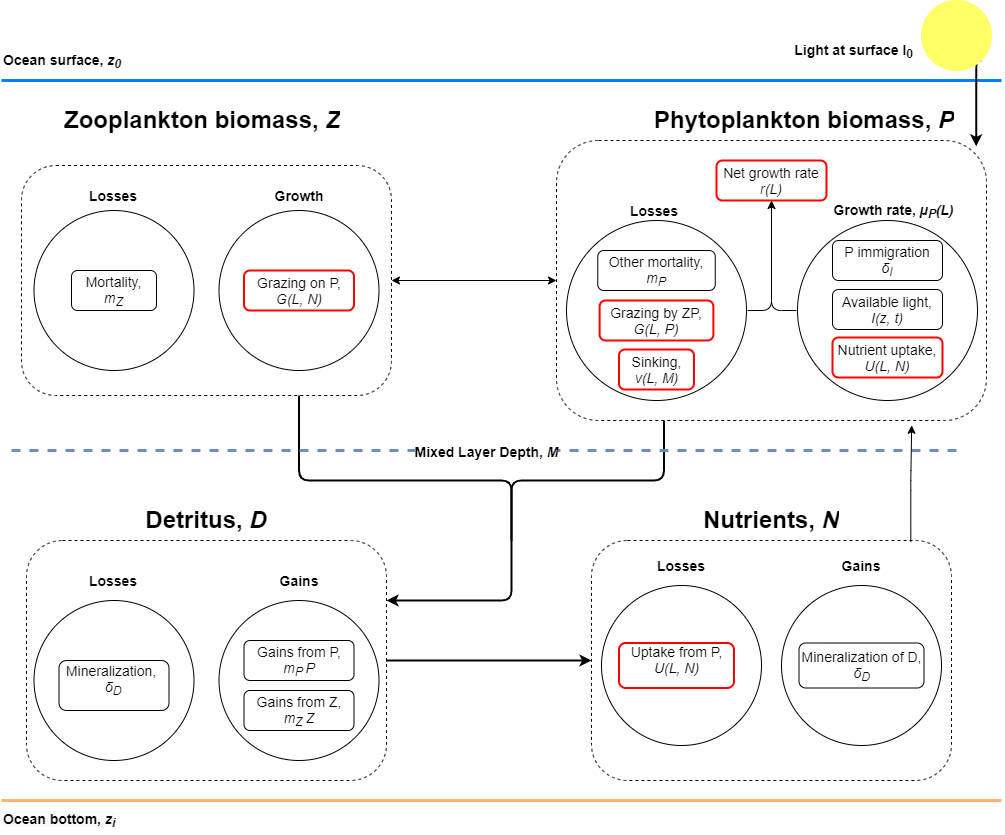
The draw.io diagram Figures/ModelIllustration.png in MickiJensen/Final-report, before a commit. Source tidied: cells renumbered, new cells last; positions are measured from the earlier drawing's top-left corner, leaving out a move shared by most shapes. Its diagram source:
```xml
<mxGraphModel>
  <root>
    <mxCell id="0" />
    <mxCell id="1" parent="0" />
    <mxCell id="2" style="edgeStyle=orthogonalEdgeStyle;rounded=1;jettySize=auto;html=1;entryX=1;entryY=0.5;entryDx=0;entryDy=0;startArrow=classic;startFill=1;endArrow=classic;endFill=1;strokeColor=#000000;" parent="1" edge="1" source="4" target="23">
      <mxGeometry relative="1" as="geometry" />
    </mxCell>
    <mxCell id="3" style="edgeStyle=orthogonalEdgeStyle;rounded=1;jettySize=auto;html=1;exitX=0.25;exitY=1;exitDx=0;exitDy=0;entryX=1;entryY=0.25;entryDx=0;entryDy=0;startArrow=none;startFill=0;endArrow=classic;endFill=1;strokeColor=#000000;strokeWidth=2;" parent="1" edge="1" source="4" target="33">
      <mxGeometry relative="1" as="geometry">
        <Array as="points">
          <mxPoint x="663" y="480" />
          <mxPoint x="510" y="480" />
          <mxPoint x="510" y="600" />
        </Array>
      </mxGeometry>
    </mxCell>
    <mxCell id="4" style="rounded=1;whiteSpace=wrap;html=1;strokeColor=#000000;strokeWidth=1;fillColor=none;dashed=1;" parent="1" vertex="1">
      <mxGeometry x="555" y="140" width="430" height="280" as="geometry" />
    </mxCell>
    <mxCell id="5" style="edgeStyle=orthogonalEdgeStyle;rounded=1;jettySize=auto;html=1;entryX=0.5;entryY=1;entryDx=0;entryDy=0;startArrow=none;startFill=0;endArrow=classic;endFill=1;strokeColor=#000000;exitX=1;exitY=0.5;exitDx=0;exitDy=0;" parent="1" edge="1" source="6" target="17">
      <mxGeometry relative="1" as="geometry" />
    </mxCell>
    <mxCell id="6" style="ellipse;whiteSpace=wrap;html=1;fillColor=none;strokeWidth=1;perimeterSpacing=1;" parent="1" vertex="1">
      <mxGeometry x="565" y="220" width="180" height="180" as="geometry" />
    </mxCell>
    <mxCell id="7" style="endArrow=none;html=1;strokeColor=#007FFF;edgeStyle=orthogonalEdgeStyle;rounded=1;strokeWidth=3;" parent="1" edge="1">
      <mxGeometry relative="1" as="geometry">
        <mxPoint y="80" as="sourcePoint" />
        <mxPoint x="1000" y="80" as="targetPoint" />
      </mxGeometry>
    </mxCell>
    <mxCell id="8" style="endArrow=none;html=1;edgeStyle=orthogonalEdgeStyle;strokeColor=#FFB570;rounded=1;strokeWidth=3;" parent="1" edge="1">
      <mxGeometry relative="1" as="geometry">
        <mxPoint y="800" as="sourcePoint" />
        <mxPoint x="1000" y="800" as="targetPoint" />
      </mxGeometry>
    </mxCell>
    <mxCell id="9" style="edgeStyle=orthogonalEdgeStyle;rounded=1;jettySize=auto;html=1;startArrow=none;startFill=0;endArrow=none;endFill=0;strokeColor=#000000;exitX=0;exitY=0.5;exitDx=0;exitDy=0;" parent="1" edge="1" source="10">
      <mxGeometry relative="1" as="geometry">
        <mxPoint x="770" y="230" as="targetPoint" />
        <Array as="points">
          <mxPoint x="770" y="310" />
        </Array>
      </mxGeometry>
    </mxCell>
    <mxCell id="10" style="ellipse;whiteSpace=wrap;html=1;fillColor=none;strokeWidth=1;perimeterSpacing=1;" parent="1" vertex="1">
      <mxGeometry x="796" y="220" width="180" height="180" as="geometry" />
    </mxCell>
    <mxCell id="11" value="&lt;h1&gt;Phytoplankton biomass, &lt;i&gt;P&lt;/i&gt;&lt;/h1&gt;" style="text;html=1;strokeColor=none;fillColor=none;spacing=5;spacingTop=-20;whiteSpace=wrap;overflow=hidden;rounded=0;" parent="1" vertex="1">
      <mxGeometry x="647.5" y="100" width="315" height="50" as="geometry" />
    </mxCell>
    <mxCell id="12" style="edgeStyle=orthogonalEdgeStyle;rounded=1;jettySize=auto;html=1;exitX=1;exitY=1;exitDx=0;exitDy=0;entryX=0.976;entryY=0.021;entryDx=0;entryDy=0;entryPerimeter=0;startArrow=none;startFill=0;endArrow=classic;endFill=1;strokeColor=#000000;strokeWidth=2;" parent="1" edge="1" source="13" target="4">
      <mxGeometry relative="1" as="geometry">
        <Array as="points">
          <mxPoint x="975" y="60" />
        </Array>
      </mxGeometry>
    </mxCell>
    <mxCell id="13" style="ellipse;whiteSpace=wrap;html=1;strokeWidth=1;strokeColor=#FFFF66;fillColor=#FFFF66;" parent="1" vertex="1">
      <mxGeometry x="920" width="70" height="70" as="geometry" />
    </mxCell>
    <mxCell id="14" value="&lt;b style=&quot;font-size: 14px&quot;&gt;Light at surface I&lt;sub&gt;0&lt;/sub&gt;&lt;/b&gt;" style="text;html=1;strokeColor=none;fillColor=none;align=center;verticalAlign=middle;whiteSpace=wrap;rounded=0;" parent="1" vertex="1">
      <mxGeometry x="790" y="40" width="125" height="20" as="geometry" />
    </mxCell>
    <mxCell id="15" value="&lt;font style=&quot;font-size: 14px&quot;&gt;Nutrient uptake, &lt;i&gt;U(L, N)&lt;/i&gt;&lt;/font&gt;" style="rounded=1;whiteSpace=wrap;html=1;strokeWidth=2;fillColor=none;strokeColor=#FF0000;" parent="1" vertex="1">
      <mxGeometry x="831" y="337" width="110" height="40" as="geometry" />
    </mxCell>
    <mxCell id="16" value="&lt;font style=&quot;font-size: 14px&quot;&gt;Available light,&lt;br&gt;&lt;i&gt;I(z, t)&lt;/i&gt;&lt;/font&gt;" style="rounded=1;whiteSpace=wrap;html=1;strokeWidth=1;fillColor=none;" parent="1" vertex="1">
      <mxGeometry x="831" y="289" width="110" height="40" as="geometry" />
    </mxCell>
    <mxCell id="17" value="&lt;font style=&quot;font-size: 14px&quot;&gt;Net growth rate&lt;br&gt;&lt;/font&gt;&lt;i style=&quot;font-size: 14px&quot;&gt;&lt;font style=&quot;font-size: 14px&quot;&gt;r(L)&lt;/font&gt;&lt;br&gt;&lt;/i&gt;" style="rounded=1;whiteSpace=wrap;html=1;strokeWidth=2;fillColor=none;strokeColor=#FF0000;" parent="1" vertex="1">
      <mxGeometry x="715" y="160" width="110" height="40" as="geometry" />
    </mxCell>
    <mxCell id="18" value="&lt;font style=&quot;font-size: 14px&quot;&gt;Grazing by ZP,&lt;br&gt;&lt;i&gt;G(L, P)&lt;/i&gt;&lt;/font&gt;" style="rounded=1;whiteSpace=wrap;html=1;strokeWidth=2;fillColor=none;strokeColor=#FF0000;" parent="1" vertex="1">
      <mxGeometry x="598.1" y="300" width="113.8" height="40" as="geometry" />
    </mxCell>
    <mxCell id="19" value="&lt;font style=&quot;font-size: 14px&quot;&gt;Other mortality,&lt;br&gt;&lt;i&gt;m&lt;sub&gt;P&lt;/sub&gt;&lt;/i&gt;&lt;/font&gt;" style="rounded=1;whiteSpace=wrap;html=1;strokeWidth=1;fillColor=none;" parent="1" vertex="1">
      <mxGeometry x="596.2" y="250" width="117.5" height="40" as="geometry" />
    </mxCell>
    <mxCell id="20" value="&lt;b style=&quot;font-size: 14px&quot;&gt;Growth rate,&amp;nbsp;&lt;i&gt;µ&lt;sub&gt;P&lt;/sub&gt;(L)&lt;/i&gt;&lt;/b&gt;" style="text;html=1;strokeColor=none;fillColor=none;align=center;verticalAlign=middle;whiteSpace=wrap;rounded=0;" parent="1" vertex="1">
      <mxGeometry x="825" y="200" width="135" height="20" as="geometry" />
    </mxCell>
    <mxCell id="21" value="&lt;font style=&quot;font-size: 14px&quot;&gt;&lt;b&gt;Losses&lt;/b&gt;&lt;/font&gt;" style="text;html=1;strokeColor=none;fillColor=none;align=center;verticalAlign=middle;whiteSpace=wrap;rounded=0;" parent="1" vertex="1">
      <mxGeometry x="598.1" y="200" width="110" height="20" as="geometry" />
    </mxCell>
    <mxCell id="22" style="edgeStyle=orthogonalEdgeStyle;rounded=1;jettySize=auto;html=1;exitX=0.75;exitY=1;exitDx=0;exitDy=0;startArrow=none;startFill=0;endArrow=none;endFill=0;strokeColor=#000000;strokeWidth=2;" parent="1" edge="1" source="23">
      <mxGeometry relative="1" as="geometry">
        <mxPoint x="510" y="540" as="targetPoint" />
        <Array as="points">
          <mxPoint x="298" y="480" />
          <mxPoint x="510" y="480" />
        </Array>
      </mxGeometry>
    </mxCell>
    <mxCell id="23" style="rounded=1;whiteSpace=wrap;html=1;strokeColor=#000000;strokeWidth=1;fillColor=none;dashed=1;" parent="1" vertex="1">
      <mxGeometry x="20" y="165" width="370" height="230" as="geometry" />
    </mxCell>
    <mxCell id="24" value="&lt;h1&gt;Zooplankton biomass, &lt;i&gt;Z&lt;/i&gt;&lt;/h1&gt;" style="text;html=1;strokeColor=none;fillColor=none;spacing=5;spacingTop=-20;whiteSpace=wrap;overflow=hidden;rounded=0;" parent="1" vertex="1">
      <mxGeometry x="57.5" y="100" width="295" height="50" as="geometry" />
    </mxCell>
    <mxCell id="25" style="ellipse;whiteSpace=wrap;html=1;fillColor=none;strokeWidth=1;perimeterSpacing=1;" parent="1" vertex="1">
      <mxGeometry x="217.5" y="210" width="160" height="160" as="geometry" />
    </mxCell>
    <mxCell id="26" value="&lt;font style=&quot;font-size: 14px&quot;&gt;Grazing on P,&lt;br&gt;&lt;i&gt;G(L, N)&lt;/i&gt;&lt;/font&gt;" style="rounded=1;whiteSpace=wrap;html=1;strokeWidth=2;fillColor=none;strokeColor=#FF0000;" parent="1" vertex="1">
      <mxGeometry x="242.5" y="270" width="110" height="40" as="geometry" />
    </mxCell>
    <mxCell id="27" value="&lt;font style=&quot;font-size: 14px&quot;&gt;&lt;b&gt;Growth&lt;/b&gt;&lt;/font&gt;" style="text;html=1;strokeColor=none;fillColor=none;align=center;verticalAlign=middle;whiteSpace=wrap;rounded=0;" parent="1" vertex="1">
      <mxGeometry x="242.5" y="182.5" width="110" height="25" as="geometry" />
    </mxCell>
    <mxCell id="28" value="&lt;font style=&quot;font-size: 14px&quot;&gt;Sinking,&lt;br&gt;&lt;i&gt;v(L, M)&lt;/i&gt;&lt;/font&gt;" style="rounded=1;whiteSpace=wrap;html=1;strokeWidth=2;fillColor=none;strokeColor=#FF0000;" parent="1" vertex="1">
      <mxGeometry x="617.5" y="349" width="75" height="40" as="geometry" />
    </mxCell>
    <mxCell id="29" style="ellipse;whiteSpace=wrap;html=1;fillColor=none;strokeWidth=1;perimeterSpacing=1;" parent="1" vertex="1">
      <mxGeometry x="32.5" y="210" width="160" height="160" as="geometry" />
    </mxCell>
    <mxCell id="30" value="&lt;font style=&quot;font-size: 14px&quot;&gt;Mortality,&lt;br&gt;&lt;i&gt;m&lt;sub&gt;Z&lt;/sub&gt;&lt;/i&gt;&lt;/font&gt;" style="rounded=1;whiteSpace=wrap;html=1;strokeWidth=1;fillColor=none;" parent="1" vertex="1">
      <mxGeometry x="70" y="270" width="85" height="40" as="geometry" />
    </mxCell>
    <mxCell id="31" value="&lt;font style=&quot;font-size: 14px&quot;&gt;&lt;b&gt;Losses&lt;/b&gt;&lt;/font&gt;" style="text;html=1;strokeColor=none;fillColor=none;align=center;verticalAlign=middle;whiteSpace=wrap;rounded=0;" parent="1" vertex="1">
      <mxGeometry x="57.5" y="185" width="110" height="20" as="geometry" />
    </mxCell>
    <mxCell id="32" style="edgeStyle=orthogonalEdgeStyle;rounded=1;jettySize=auto;html=1;exitX=1;exitY=0.5;exitDx=0;exitDy=0;entryX=0;entryY=0.5;entryDx=0;entryDy=0;startArrow=none;startFill=0;endArrow=classic;endFill=1;strokeColor=#000000;strokeWidth=2;" parent="1" edge="1" source="33" target="46">
      <mxGeometry relative="1" as="geometry" />
    </mxCell>
    <mxCell id="33" style="rounded=1;whiteSpace=wrap;html=1;strokeColor=#000000;strokeWidth=1;fillColor=none;dashed=1;" parent="1" vertex="1">
      <mxGeometry x="25" y="540" width="360" height="240" as="geometry" />
    </mxCell>
    <mxCell id="34" value="&lt;h1&gt;Detritus, &lt;i&gt;D&lt;/i&gt;&lt;/h1&gt;" style="text;html=1;strokeColor=none;fillColor=none;spacing=5;spacingTop=-20;whiteSpace=wrap;overflow=hidden;rounded=0;align=center;" parent="1" vertex="1">
      <mxGeometry x="65" y="500" width="280" height="40" as="geometry" />
    </mxCell>
    <mxCell id="35" style="endArrow=none;html=1;strokeColor=#6c8ebf;dashed=1;endFill=0;fillColor=#dae8fc;strokeWidth=3;" parent="1" edge="1">
      <mxGeometry relative="1" as="geometry">
        <mxPoint x="10" y="450" as="sourcePoint" />
        <mxPoint x="960" y="450" as="targetPoint" />
      </mxGeometry>
    </mxCell>
    <mxCell id="36" value="&lt;font style=&quot;font-size: 14px&quot;&gt;&lt;b&gt;Mixed Layer Depth, &lt;i&gt;M&lt;/i&gt;&lt;/b&gt;&lt;/font&gt;" style="edgeLabel;html=1;align=center;verticalAlign=middle;" parent="35" vertex="1">
      <mxGeometry relative="1" as="geometry" />
    </mxCell>
    <mxCell id="37" style="ellipse;whiteSpace=wrap;html=1;fillColor=none;strokeWidth=1;perimeterSpacing=1;" parent="1" vertex="1">
      <mxGeometry x="217.5" y="600" width="160" height="160" as="geometry" />
    </mxCell>
    <mxCell id="38" value="&lt;font style=&quot;font-size: 14px&quot;&gt;Gains from P,&lt;br&gt;&lt;i&gt;m&lt;sub&gt;P&amp;nbsp;&lt;/sub&gt;P&lt;/i&gt;&lt;/font&gt;" style="rounded=1;whiteSpace=wrap;html=1;strokeWidth=1;fillColor=none;" parent="1" vertex="1">
      <mxGeometry x="242.5" y="640" width="110" height="40" as="geometry" />
    </mxCell>
    <mxCell id="39" value="&lt;font style=&quot;font-size: 14px&quot;&gt;&lt;b&gt;Gains&lt;/b&gt;&lt;/font&gt;" style="text;html=1;strokeColor=none;fillColor=none;align=center;verticalAlign=middle;whiteSpace=wrap;rounded=0;" parent="1" vertex="1">
      <mxGeometry x="242.5" y="570" width="110" height="20" as="geometry" />
    </mxCell>
    <mxCell id="40" value="&lt;font style=&quot;font-size: 14px&quot;&gt;Gains from Z,&lt;br&gt;&lt;i&gt;m&lt;sub&gt;Z&amp;nbsp;&lt;/sub&gt;Z&lt;/i&gt;&lt;/font&gt;" style="rounded=1;whiteSpace=wrap;html=1;strokeWidth=1;fillColor=none;" parent="1" vertex="1">
      <mxGeometry x="242.5" y="690" width="110" height="40" as="geometry" />
    </mxCell>
    <mxCell id="41" style="ellipse;whiteSpace=wrap;html=1;fillColor=none;strokeWidth=1;perimeterSpacing=1;" parent="1" vertex="1">
      <mxGeometry x="32.5" y="600" width="160" height="160" as="geometry" />
    </mxCell>
    <mxCell id="42" value="&lt;font style=&quot;font-size: 14px&quot;&gt;Mineralization,&amp;nbsp;&lt;br&gt;&lt;span&gt;&lt;i&gt;δ&lt;sub&gt;D&lt;/sub&gt;&lt;/i&gt;&lt;/span&gt;&lt;/font&gt;&lt;p class=&quot;MsoNormal&quot;&gt;&lt;/p&gt;" style="rounded=1;whiteSpace=wrap;html=1;strokeWidth=1;fillColor=none;" parent="1" vertex="1">
      <mxGeometry x="57.5" y="660" width="110" height="50" as="geometry" />
    </mxCell>
    <mxCell id="43" value="&lt;font style=&quot;font-size: 14px&quot;&gt;&lt;b&gt;Losses&lt;/b&gt;&lt;/font&gt;" style="text;html=1;strokeColor=none;fillColor=none;align=center;verticalAlign=middle;whiteSpace=wrap;rounded=0;" parent="1" vertex="1">
      <mxGeometry x="57.5" y="570" width="110" height="20" as="geometry" />
    </mxCell>
    <mxCell id="44" value="&lt;h1&gt;Nutrients, &lt;i&gt;N&lt;/i&gt;&lt;/h1&gt;" style="text;html=1;strokeColor=none;fillColor=none;spacing=5;spacingTop=-20;whiteSpace=wrap;overflow=hidden;rounded=0;align=center;" parent="1" vertex="1">
      <mxGeometry x="630" y="500" width="280" height="40" as="geometry" />
    </mxCell>
    <mxCell id="45" style="edgeStyle=orthogonalEdgeStyle;rounded=1;jettySize=auto;html=1;exitX=0.887;exitY=0.006;exitDx=0;exitDy=0;entryX=0.826;entryY=1.017;entryDx=0;entryDy=0;entryPerimeter=0;startArrow=none;startFill=0;endArrow=classic;endFill=1;strokeColor=#000000;strokeWidth=1;exitPerimeter=0;" parent="1" edge="1" source="46" target="4">
      <mxGeometry relative="1" as="geometry" />
    </mxCell>
    <mxCell id="46" style="rounded=1;whiteSpace=wrap;html=1;strokeColor=#000000;strokeWidth=1;fillColor=none;dashed=1;" parent="1" vertex="1">
      <mxGeometry x="590" y="540" width="360" height="240" as="geometry" />
    </mxCell>
    <mxCell id="47" style="ellipse;whiteSpace=wrap;html=1;fillColor=none;strokeWidth=1;perimeterSpacing=1;" parent="1" vertex="1">
      <mxGeometry x="780" y="585" width="160" height="160" as="geometry" />
    </mxCell>
    <mxCell id="48" value="&lt;font style=&quot;font-size: 14px&quot;&gt;&lt;b&gt;Gains&lt;/b&gt;&lt;/font&gt;" style="text;html=1;strokeColor=none;fillColor=none;align=center;verticalAlign=middle;whiteSpace=wrap;rounded=0;" parent="1" vertex="1">
      <mxGeometry x="805" y="555" width="110" height="20" as="geometry" />
    </mxCell>
    <mxCell id="49" value="&lt;font style=&quot;font-size: 14px&quot;&gt;Mineralization of D,&lt;br&gt;&lt;i&gt;δ&lt;sub&gt;D&lt;/sub&gt;&lt;/i&gt;&lt;/font&gt;" style="rounded=1;whiteSpace=wrap;html=1;strokeWidth=1;fillColor=none;" parent="1" vertex="1">
      <mxGeometry x="797.5" y="642.5" width="125" height="45" as="geometry" />
    </mxCell>
    <mxCell id="50" style="ellipse;whiteSpace=wrap;html=1;fillColor=none;strokeWidth=1;perimeterSpacing=1;" parent="1" vertex="1">
      <mxGeometry x="600" y="585" width="160" height="160" as="geometry" />
    </mxCell>
    <mxCell id="51" value="&lt;font style=&quot;font-size: 14px&quot;&gt;Uptake from P,&lt;br&gt;&lt;i&gt;U(L, N)&lt;/i&gt;&lt;/font&gt;&lt;br&gt;&lt;p class=&quot;MsoNormal&quot;&gt;&lt;/p&gt;" style="rounded=1;whiteSpace=wrap;html=1;strokeWidth=2;fillColor=none;strokeColor=#FF0000;" parent="1" vertex="1">
      <mxGeometry x="617.5" y="642.5" width="115" height="45" as="geometry" />
    </mxCell>
    <mxCell id="52" value="&lt;font style=&quot;font-size: 14px&quot;&gt;&lt;b&gt;Losses&lt;/b&gt;&lt;/font&gt;" style="text;html=1;strokeColor=none;fillColor=none;align=center;verticalAlign=middle;whiteSpace=wrap;rounded=0;" parent="1" vertex="1">
      <mxGeometry x="625" y="555" width="110" height="20" as="geometry" />
    </mxCell>
    <mxCell id="53" value="&lt;div style=&quot;text-align: center&quot;&gt;&lt;span style=&quot;font-size: 13px&quot;&gt;&lt;font face=&quot;helvetica&quot; style=&quot;font-size: 14px&quot;&gt;&lt;b&gt;Ocean surface,&amp;nbsp;&lt;i&gt;z&lt;sub&gt;0&lt;/sub&gt;&lt;/i&gt;&lt;/b&gt;&lt;/font&gt;&lt;/span&gt;&lt;/div&gt;" style="text;whiteSpace=wrap;html=1;" parent="1" vertex="1">
      <mxGeometry y="45" width="140" height="30" as="geometry" />
    </mxCell>
    <mxCell id="54" value="&lt;font style=&quot;font-size: 14px&quot;&gt;&lt;b style=&quot;color: rgb(0 , 0 , 0) ; font-family: &amp;#34;helvetica&amp;#34; ; font-style: normal ; letter-spacing: normal ; text-align: center ; text-indent: 0px ; text-transform: none ; word-spacing: 0px ; background-color: rgb(248 , 249 , 250)&quot;&gt;Ocean bottom, &lt;/b&gt;&lt;b style=&quot;color: rgb(0 , 0 , 0) ; font-family: &amp;#34;helvetica&amp;#34; ; letter-spacing: normal ; text-align: center ; text-indent: 0px ; text-transform: none ; word-spacing: 0px ; background-color: rgb(248 , 249 , 250)&quot;&gt;&lt;i&gt;z&lt;sub&gt;i&lt;/sub&gt;&lt;/i&gt;&lt;/b&gt;&lt;/font&gt;" style="text;whiteSpace=wrap;html=1;" parent="1" vertex="1">
      <mxGeometry y="804" width="140" height="30" as="geometry" />
    </mxCell>
    <mxCell id="55" value="&lt;font style=&quot;font-size: 14px&quot;&gt;P immigration&lt;br&gt;&lt;i&gt;δ&lt;sub&gt;I&lt;/sub&gt;&lt;/i&gt;&lt;/font&gt;" style="rounded=1;whiteSpace=wrap;html=1;strokeWidth=1;fillColor=none;" parent="1" vertex="1">
      <mxGeometry x="831" y="240" width="110" height="40" as="geometry" />
    </mxCell>
  </root>
</mxGraphModel>
```
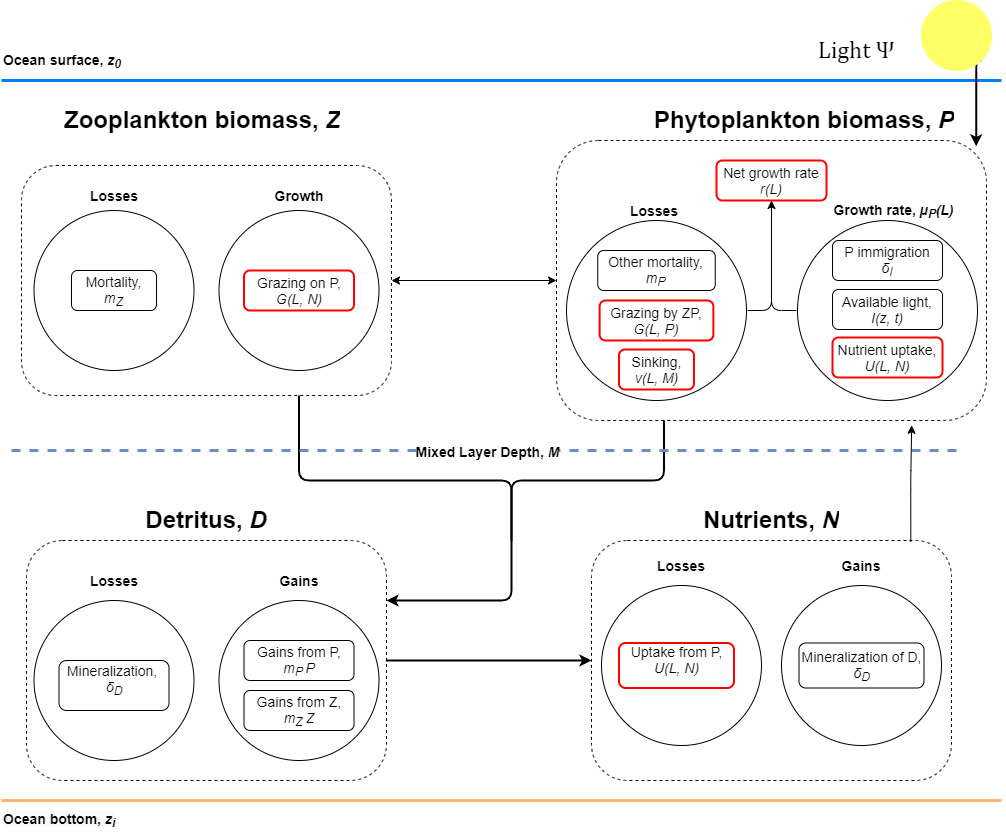
Above is the later version.

The edit, as a diff of the source:
```diff
@@ -59,7 +59,7 @@
     <mxCell id="13" style="ellipse;whiteSpace=wrap;html=1;strokeWidth=1;strokeColor=#FFFF66;fillColor=#FFFF66;" parent="1" vertex="1">
       <mxGeometry x="920" width="70" height="70" as="geometry" />
     </mxCell>
-    <mxCell id="14" value="&lt;b style=&quot;font-size: 14px&quot;&gt;Light at surface I&lt;sub&gt;0&lt;/sub&gt;&lt;/b&gt;" style="text;html=1;strokeColor=none;fillColor=none;align=center;verticalAlign=middle;whiteSpace=wrap;rounded=0;" parent="1" vertex="1">
+    <mxCell id="14" value="&lt;span style=&quot;font-size: 18pt ; font-family: &amp;#34;cambria math&amp;#34;&quot;&gt;&amp;nbsp;Light Ψ&lt;/span&gt;" style="text;html=1;strokeColor=none;fillColor=none;align=center;verticalAlign=middle;whiteSpace=wrap;rounded=0;" parent="1" vertex="1">
       <mxGeometry x="790" y="40" width="125" height="20" as="geometry" />
     </mxCell>
     <mxCell id="15" value="&lt;font style=&quot;font-size: 14px&quot;&gt;Nutrient uptake, &lt;i&gt;U(L, N)&lt;/i&gt;&lt;/font&gt;" style="rounded=1;whiteSpace=wrap;html=1;strokeWidth=2;fillColor=none;strokeColor=#FF0000;" parent="1" vertex="1">
```
